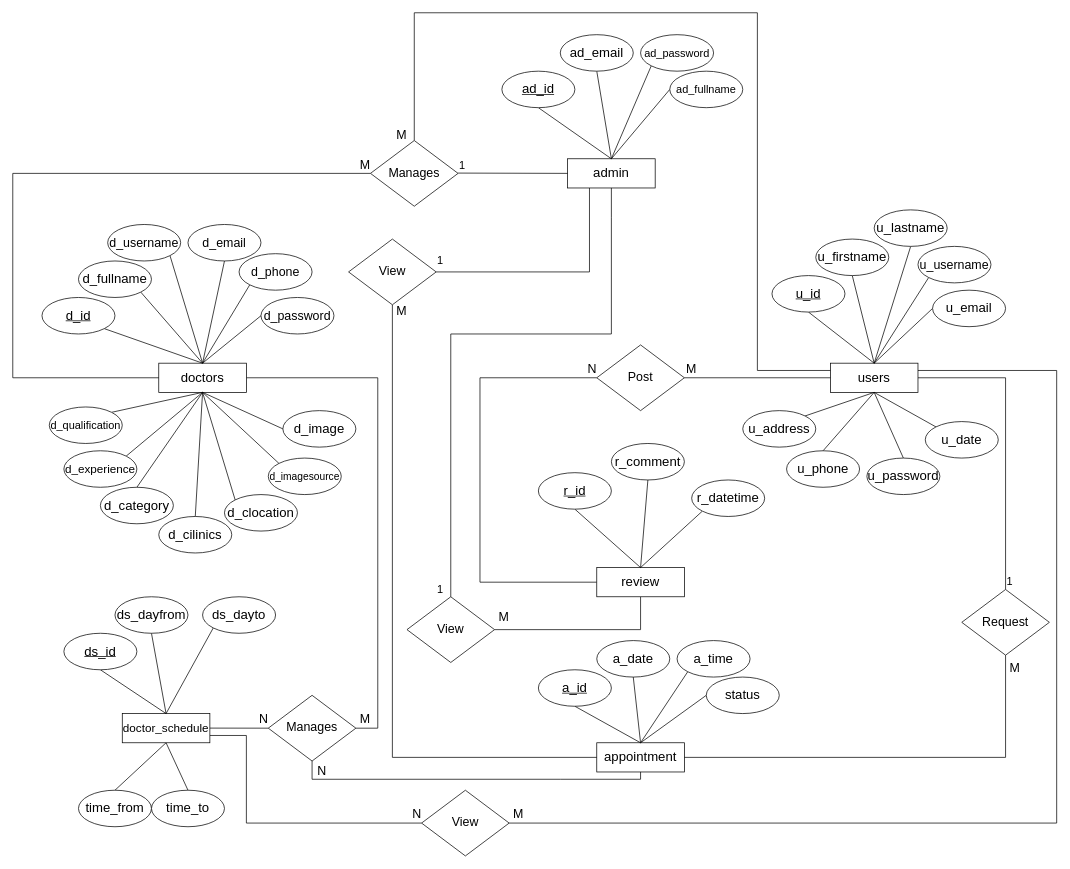
dipeshs13/diagram keeps this draw.io diagram as er.dio. Above is the earlier version. Source tidied: cells renumbered, new cells numbered last; positions are measured from the earlier drawing's top-left corner, leaving out a move shared by most shapes. Both pictures are drawn from the tidied source at 73%, with x=0, y=0 at pixel (12, 12).
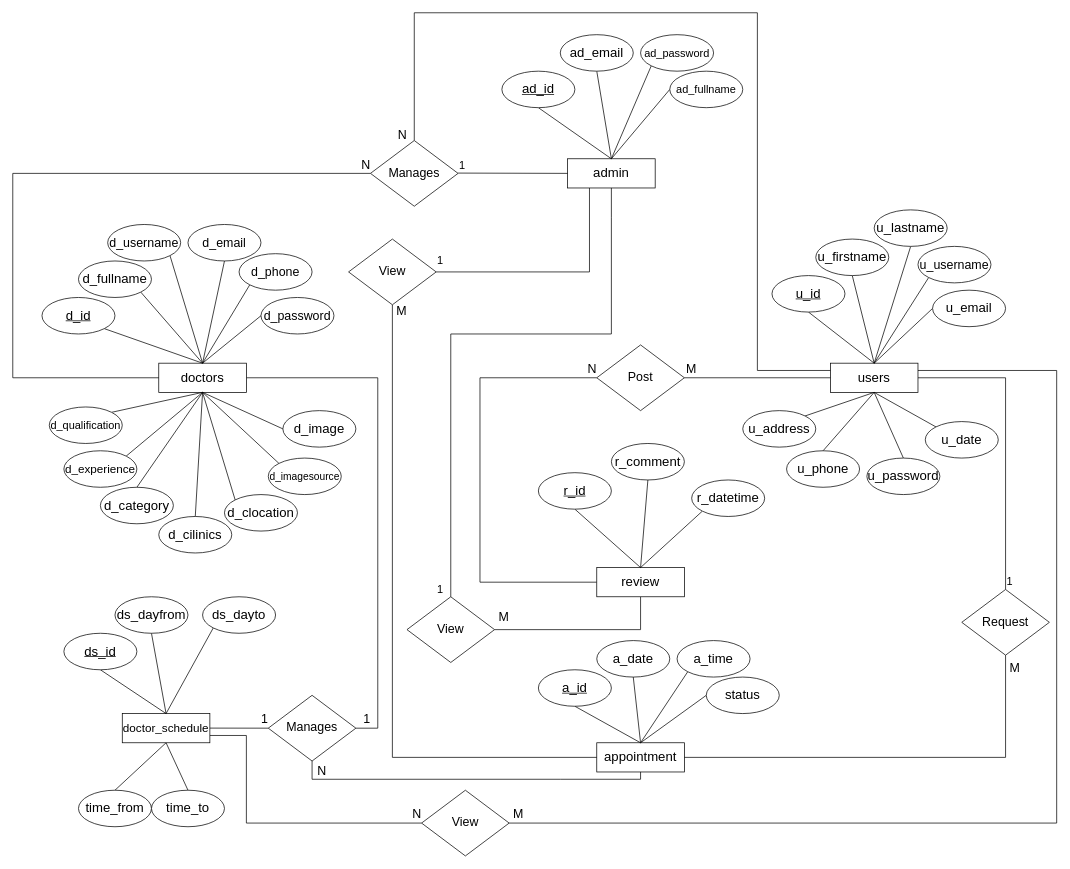
The same page after the edit.

Unchanged cells that the change refers to:
```xml
<mxCell id="17" style="endArrow=none;html=1;rounded=0;fontSize=17;exitX=0;exitY=0.5;exitDx=0;exitDy=0;" parent="1" edge="1" source="4">
  <mxGeometry relative="1" as="geometry">
    <mxPoint x="920" y="500" as="targetPoint" />
  </mxGeometry>
</mxCell>
```

Diff of the diagram source:
```diff
@@
-    <mxCell id="20" value="M" style="html=1;align=right;verticalAlign=bottom;fontSize=17;" parent="17" vertex="1">
+    <mxCell id="20" value="N" style="html=1;align=right;verticalAlign=bottom;fontSize=17;" parent="17" vertex="1">
       <mxGeometry x="1" relative="1" as="geometry">
         <mxPoint x="-430" y="-280" as="offset" />
       </mxGeometry>
     </mxCell>
-    <mxCell id="21" value="M" style="html=1;align=right;verticalAlign=bottom;fontSize=17;" parent="17" vertex="1">
+    <mxCell id="21" value="N" style="html=1;align=right;verticalAlign=bottom;fontSize=17;" parent="17" vertex="1">
       <mxGeometry x="1" relative="1" as="geometry">
         <mxPoint x="-380" y="-320" as="offset" />
       </mxGeometry>
     </mxCell>
@@
-    <mxCell id="25" value="M" style="html=1;align=right;verticalAlign=bottom;fontSize=17;" parent="17" vertex="1">
+    <mxCell id="25" value="1" style="html=1;align=right;verticalAlign=bottom;fontSize=17;" parent="17" vertex="1">
       <mxGeometry x="1" relative="1" as="geometry">
         <mxPoint x="-430" y="480" as="offset" />
       </mxGeometry>
     </mxCell>
-    <mxCell id="26" value="N" style="html=1;align=right;verticalAlign=bottom;fontSize=17;" parent="17" vertex="1">
+    <mxCell id="26" value="1" style="html=1;align=right;verticalAlign=bottom;fontSize=17;" parent="17" vertex="1">
       <mxGeometry x="1" relative="1" as="geometry">
         <mxPoint x="-570" y="480" as="offset" />
       </mxGeometry>
     </mxCell>
```
